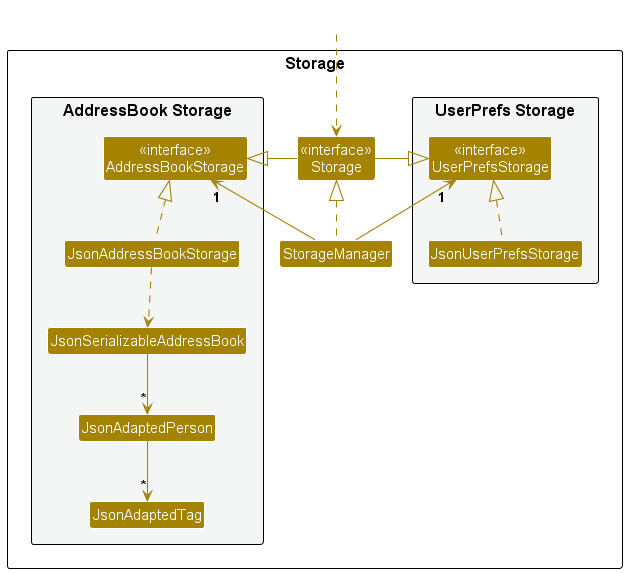
This is docs/images/StorageClassDiagram.png from nus-cs2103-AY2425S1/tp, a PlantUML export, as it was before one commit.
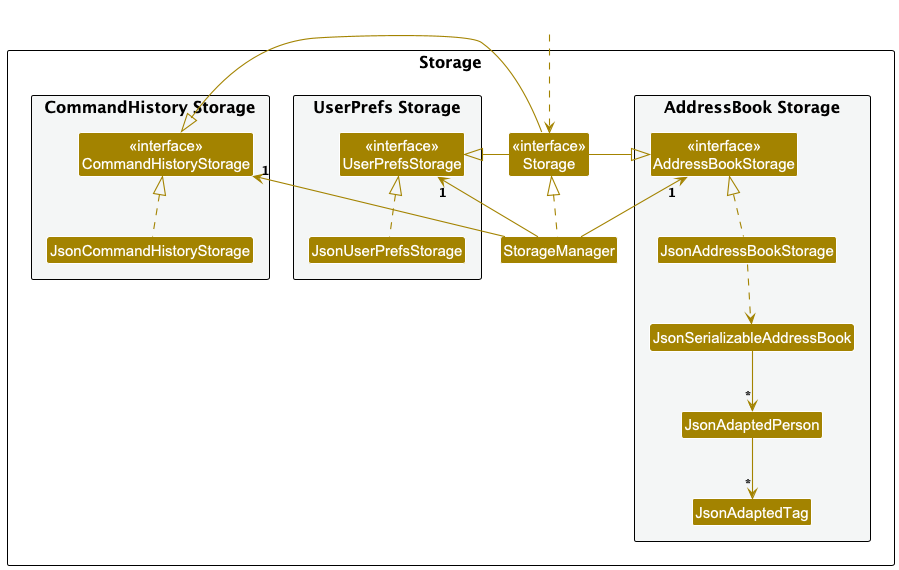
After the commit.

Commit message:
Change uml diagram image

What changed in the source:
```diff
@@ -5,6 +5,11 @@
 skinparam classBackgroundColor STORAGE_COLOR
 
 package Storage as StoragePackage {
+
+package "CommandHistory Storage" #F4F6F6{
+Class "<<interface>>\nCommandHistoryStorage" as CommandHistoryStorage
+Class JsonCommandHistoryStorage
+}
 
 package "UserPrefs Storage" #F4F6F6{
 Class "<<interface>>\nUserPrefsStorage" as UserPrefsStorage
@@ -30,11 +35,14 @@
 StorageManager .up.|> Storage
 StorageManager -up-> "1" UserPrefsStorage
 StorageManager -up-> "1" AddressBookStorage
+StorageManager -up-> "1" CommandHistoryStorage
 
 Storage -left-|> UserPrefsStorage
 Storage -right-|> AddressBookStorage
+Storage -right-|> CommandHistoryStorage
 
 JsonUserPrefsStorage .up.|> UserPrefsStorage
+JsonCommandHistoryStorage .up.|> CommandHistoryStorage
 JsonAddressBookStorage .up.|> AddressBookStorage
 JsonAddressBookStorage ..> JsonSerializableAddressBook
 JsonSerializableAddressBook --> "*" JsonAdaptedPerson
```
